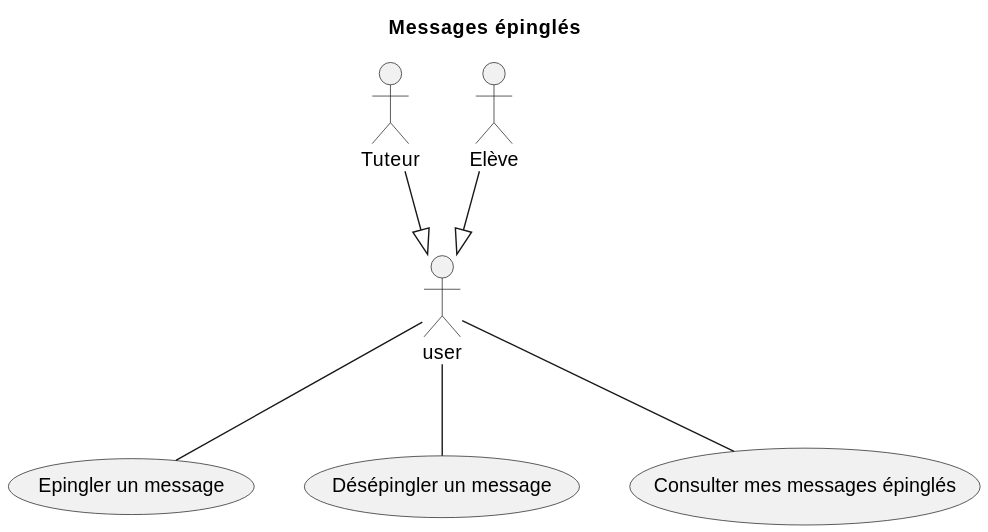
This is site/diagrams/communication/pinned_message.svg from KMBCL/P3_specifications, a PlantUML export, as it was before one commit. Its diagram source:
```plantuml
@startuml
title Messages épinglés

!include /specifications/docs/diagrams/actors/common.puml

usecase "Epingler un message" as pin_message
usecase "Désépingler un message" as upnin_message
usecase "Consulter mes messages épinglés" as research_pinned_message

student --|> user
tutor --|> user

user -- pin_message
user -- upnin_message
user -- research_pinned_message
@enduml
```
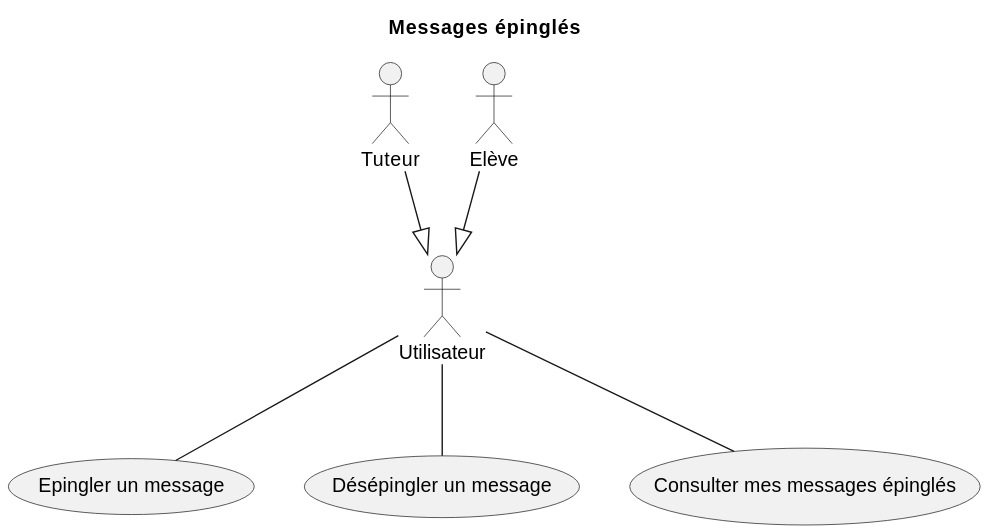
Later version of the same file.

What changed in the source:
```diff
@@ -7,10 +7,10 @@
 usecase "Désépingler un message" as upnin_message
 usecase "Consulter mes messages épinglés" as research_pinned_message
 
-student --|> user
-tutor --|> user
+student --|> Utilisateur
+tutor --|> Utilisateur
 
-user -- pin_message
-user -- upnin_message
-user -- research_pinned_message
+Utilisateur -- pin_message
+Utilisateur -- upnin_message
+Utilisateur -- research_pinned_message
 @enduml
```
